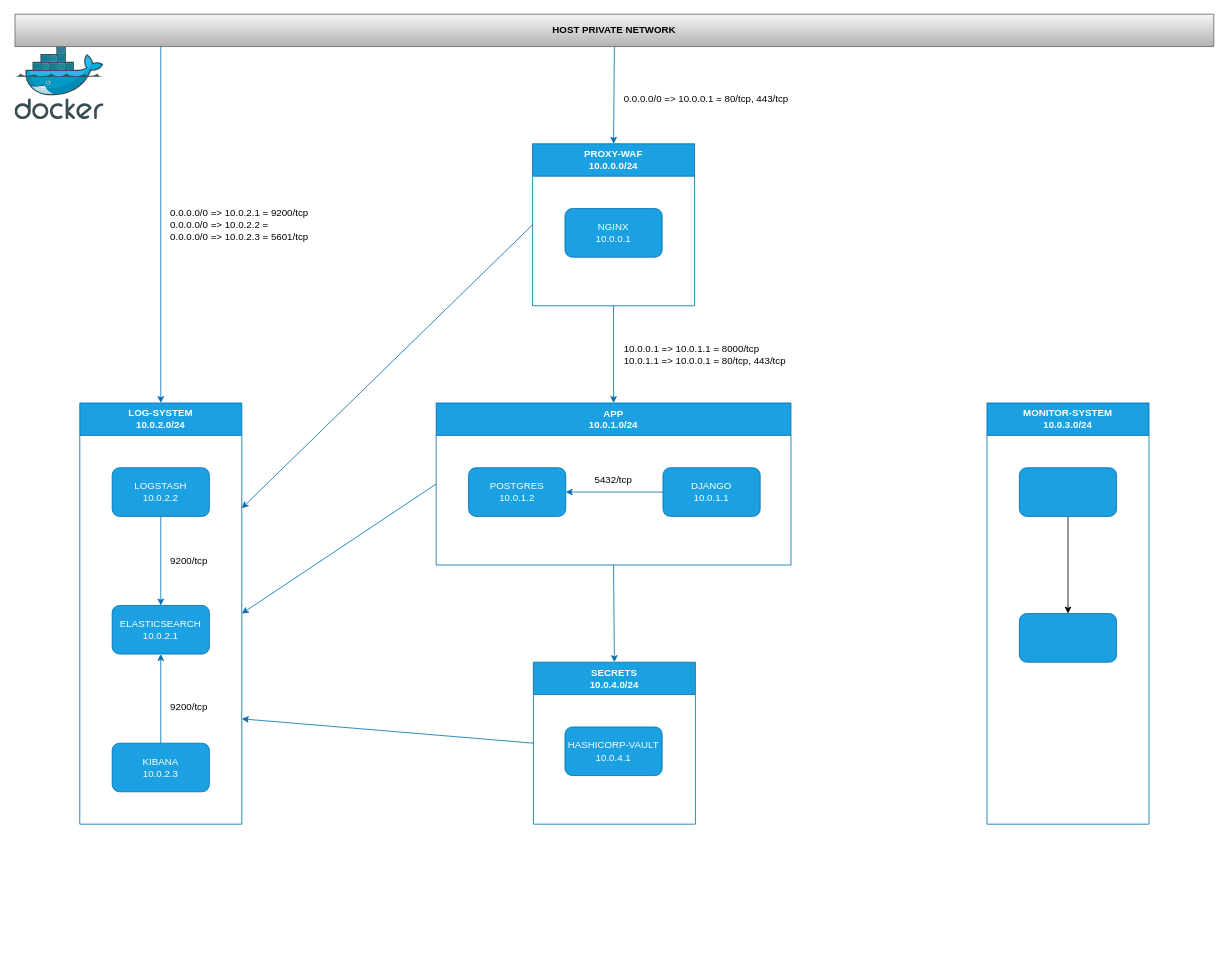
Earlier version of the draw.io diagram _notebook/topology.drawio (GiovanniAfro/ft_Transcendence). Source tidied: cells renumbered, new cells numbered last; positions are measured from the earlier drawing's top-left corner, leaving out a move shared by most shapes. Both pictures are drawn from the tidied source at 81%, with x=0, y=0 at pixel (15, 14).
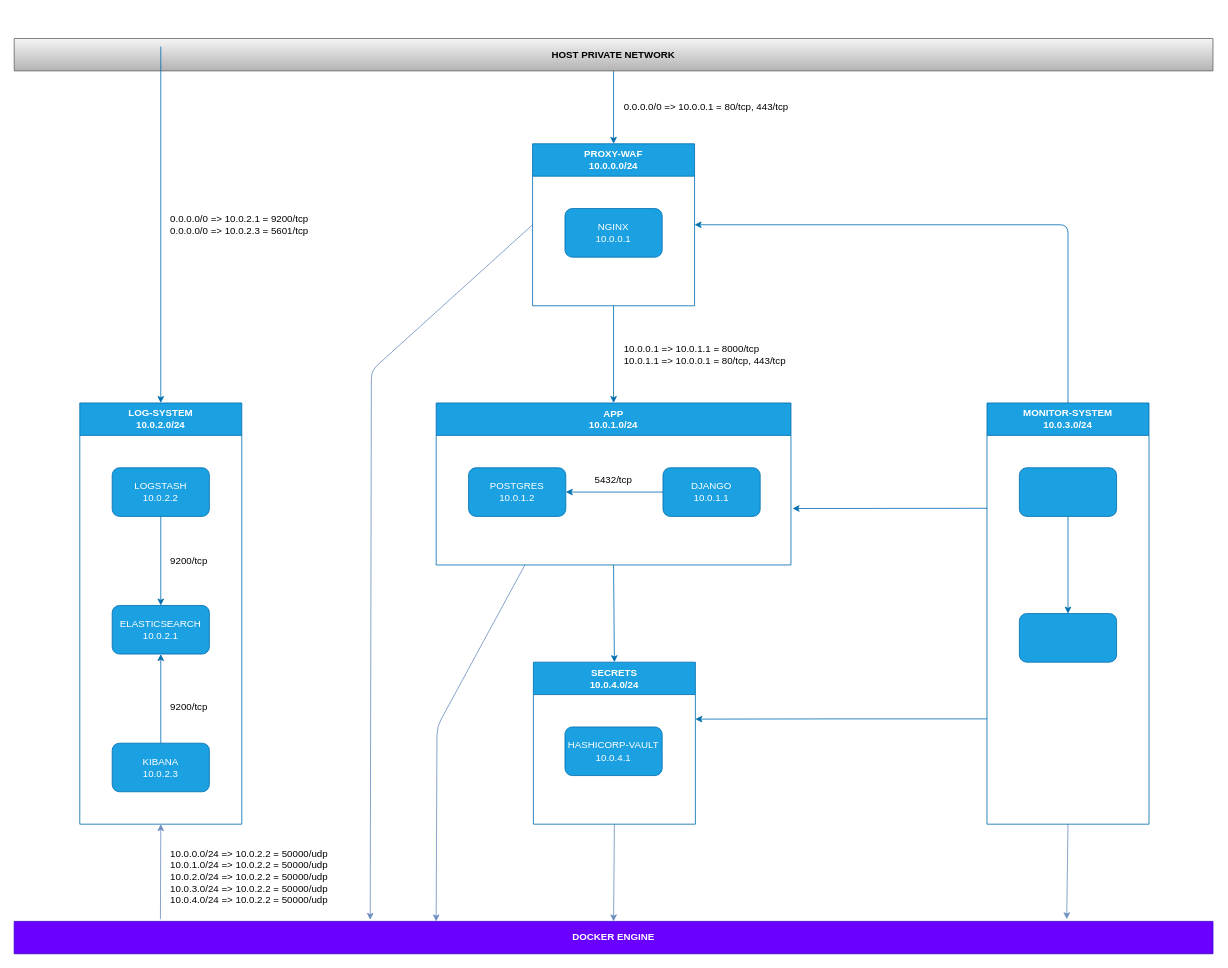
After the change.

The change refers to these unchanged cells:
```xml
<mxCell id="5" value="APP&#10;10.0.1.0/24" style="swimlane;startSize=40;swimlaneFillColor=none;rounded=0;glass=0;shadow=0;swimlaneLine=1;fillColor=#1ba1e2;strokeColor=#006EAF;fontColor=#ffffff;" parent="1" vertex="1">
  <mxGeometry x="520" y="480" width="438" height="200" as="geometry" />
</mxCell>
<mxCell id="13" value="PROXY-WAF&lt;br&gt;10.0.0.0/24" style="swimlane;whiteSpace=wrap;html=1;fillColor=#1ba1e2;strokeColor=#006EAF;fontColor=#ffffff;startSize=40;" parent="1" vertex="1">
  <mxGeometry x="639" y="160" width="200" height="200" as="geometry" />
</mxCell>
<mxCell id="18" value="SECRETS&lt;br&gt;10.0.4.0/24" style="swimlane;whiteSpace=wrap;html=1;startSize=40;fillColor=#1ba1e2;fontColor=#ffffff;strokeColor=#006EAF;" parent="1" vertex="1">
  <mxGeometry x="640" y="800" width="200" height="200" as="geometry" />
</mxCell>
<mxCell id="20" value="MONITOR-SYSTEM&lt;br&gt;10.0.3.0/24" style="swimlane;whiteSpace=wrap;html=1;startSize=40;fillColor=#1ba1e2;fontColor=#ffffff;strokeColor=#006EAF;" parent="1" vertex="1">
  <mxGeometry x="1200" y="480" width="200" height="520" as="geometry" />
</mxCell>
<mxCell id="22" style="rounded=1;whiteSpace=wrap;html=1;fillColor=#1ba1e2;fontColor=#ffffff;strokeColor=#006EAF;" parent="20" vertex="1">
  <mxGeometry x="40" y="80" width="120" height="60" as="geometry" />
</mxCell>
<mxCell id="23" style="rounded=1;whiteSpace=wrap;html=1;fillColor=#1ba1e2;fontColor=#ffffff;strokeColor=#006EAF;" parent="20" vertex="1">
  <mxGeometry x="40" y="260" width="120" height="60" as="geometry" />
</mxCell>
<mxCell id="25" value="LOG-SYSTEM&lt;br&gt;10.0.2.0/24" style="swimlane;whiteSpace=wrap;html=1;startSize=40;fillColor=#1ba1e2;fontColor=#ffffff;strokeColor=#006EAF;" parent="1" vertex="1">
  <mxGeometry x="80" y="480" width="200" height="520" as="geometry" />
</mxCell>
```

The edit, as a diff of the source:
```diff
@@
-    <mxCell id="4" style="edgeStyle=none;html=1;exitX=0;exitY=0.5;exitDx=0;exitDy=0;entryX=1;entryY=0.5;entryDx=0;entryDy=0;fillColor=#1ba1e2;strokeColor=#006EAF;" parent="1" edge="1" source="5" target="25">
-      <mxGeometry relative="1" as="geometry" />
-    </mxCell>
+    <mxCell id="35" style="edgeStyle=none;html=1;exitX=0.25;exitY=1;exitDx=0;exitDy=0;fillColor=#dae8fc;strokeColor=#6c8ebf;entryX=0.352;entryY=0;entryDx=0;entryDy=0;entryPerimeter=0;" parent="1" edge="1" source="5" target="43">
+      <mxGeometry relative="1" as="geometry">
+        <Array as="points">
+          <mxPoint x="521" y="880" />
+        </Array>
+      </mxGeometry>
+    </mxCell>
@@
-    <mxCell id="11" style="sketch=0;html=1;align=center;image;fontSize=12;image=img/lib/mscae/Docker.svg;labelBackgroundColor=#191919;fontColor=#262626;" parent="1" vertex="1">
-      <mxGeometry y="40" width="109.8" height="90" as="geometry" />
-    </mxCell>
-    <mxCell id="12" style="edgeStyle=none;html=1;exitX=0;exitY=0.5;exitDx=0;exitDy=0;entryX=1;entryY=0.25;entryDx=0;entryDy=0;fillColor=#1ba1e2;strokeColor=#006EAF;" parent="1" edge="1" source="13" target="25">
-      <mxGeometry relative="1" as="geometry" />
-    </mxCell>
+    <mxCell id="36" style="edgeStyle=none;html=1;exitX=0;exitY=0.5;exitDx=0;exitDy=0;entryX=0.297;entryY=-0.048;entryDx=0;entryDy=0;fillColor=#dae8fc;strokeColor=#6c8ebf;entryPerimeter=0;" parent="1" edge="1" source="13" target="43">
+      <mxGeometry relative="1" as="geometry">
+        <Array as="points">
+          <mxPoint x="440" y="440" />
+        </Array>
+      </mxGeometry>
+    </mxCell>
@@
     <mxCell id="16" value="HOST PRIVATE NETWORK" style="swimlane;whiteSpace=wrap;html=1;startSize=40;fillColor=#f5f5f5;gradientColor=#b3b3b3;strokeColor=#666666;" parent="1" vertex="1">
-      <mxGeometry width="1480" height="40" as="geometry" />
+      <mxGeometry x="-1" y="30" width="1480" height="40" as="geometry" />
     </mxCell>
-    <mxCell id="17" style="edgeStyle=none;html=1;exitX=0;exitY=0.5;exitDx=0;exitDy=0;entryX=1;entryY=0.75;entryDx=0;entryDy=0;fillColor=#1ba1e2;strokeColor=#006EAF;" parent="1" edge="1" source="18" target="25">
-      <mxGeometry relative="1" as="geometry" />
-    </mxCell>
+    <mxCell id="37" style="edgeStyle=none;html=1;exitX=0.5;exitY=1;exitDx=0;exitDy=0;entryX=0.5;entryY=0;entryDx=0;entryDy=0;fillColor=#dae8fc;strokeColor=#6c8ebf;" parent="1" edge="1" source="18" target="43">
+      <mxGeometry relative="1" as="geometry" />
+    </mxCell>
@@
+    <mxCell id="38" style="edgeStyle=none;html=1;exitX=0.5;exitY=1;exitDx=0;exitDy=0;entryX=0.878;entryY=-0.066;entryDx=0;entryDy=0;entryPerimeter=0;fillColor=#dae8fc;strokeColor=#6c8ebf;" parent="1" edge="1" source="20" target="43">
+      <mxGeometry relative="1" as="geometry" />
+    </mxCell>
+    <mxCell id="39" style="edgeStyle=none;html=1;exitX=0.5;exitY=0;exitDx=0;exitDy=0;entryX=1;entryY=0.5;entryDx=0;entryDy=0;fillColor=#1ba1e2;strokeColor=#006EAF;" parent="1" edge="1" source="20" target="13">
+      <mxGeometry relative="1" as="geometry">
+        <Array as="points">
+          <mxPoint x="1300" y="260" />
+        </Array>
+      </mxGeometry>
+    </mxCell>
+    <mxCell id="40" style="edgeStyle=none;html=1;exitX=0;exitY=0.75;exitDx=0;exitDy=0;fillColor=#1ba1e2;strokeColor=#006EAF;" parent="1" edge="1" source="20">
+      <mxGeometry relative="1" as="geometry">
+        <mxPoint x="840" y="870.3" as="targetPoint" />
+        <Array as="points">
+          <mxPoint x="1020" y="870" />
+        </Array>
+      </mxGeometry>
+    </mxCell>
+    <mxCell id="41" style="edgeStyle=none;html=1;exitX=0;exitY=0.25;exitDx=0;exitDy=0;fillColor=#1ba1e2;strokeColor=#006EAF;" parent="1" edge="1" source="20">
+      <mxGeometry relative="1" as="geometry">
+        <mxPoint x="960" y="610.3" as="targetPoint" />
+      </mxGeometry>
+    </mxCell>
@@
-    <mxCell id="21" style="edgeStyle=none;html=1;" parent="20" edge="1" source="22" target="23">
+    <mxCell id="21" style="edgeStyle=none;html=1;fillColor=#1ba1e2;strokeColor=#006EAF;" parent="20" edge="1" source="22" target="23">
       <mxGeometry relative="1" as="geometry" />
     </mxCell>
@@
-    <mxCell id="33" value="0.0.0.0/0 =&amp;gt; 10.0.2.1 = 9200/tcp&lt;br&gt;0.0.0.0/0 =&amp;gt; 10.0.2.2 =&amp;nbsp;&lt;br&gt;0.0.0.0/0 =&amp;gt; 10.0.2.3 = 5601/tcp" style="text;html=1;align=left;verticalAlign=middle;strokeColor=none;fillColor=none;" parent="1" vertex="1">
-      <mxGeometry x="190" y="230" width="190" height="60" as="geometry" />
+    <mxCell id="33" value="0.0.0.0/0 =&amp;gt; 10.0.2.1 = 9200/tcp&lt;br&gt;0.0.0.0/0 =&amp;gt; 10.0.2.3 = 5601/tcp" style="text;html=1;align=left;verticalAlign=middle;strokeColor=none;fillColor=none;" parent="1" vertex="1">
+      <mxGeometry x="190" y="240" width="190" height="40" as="geometry" />
     </mxCell>
     <mxCell id="34" value="0.0.0.0/0 =&amp;gt; 10.0.0.1 = 80/tcp, 443/tcp" style="text;html=1;align=left;verticalAlign=middle;strokeColor=none;fillColor=none;" parent="1" vertex="1">
-      <mxGeometry x="750" y="90" width="230" height="30" as="geometry" />
+      <mxGeometry x="750" y="100" width="230" height="30" as="geometry" />
     </mxCell>
+    <mxCell id="42" style="edgeStyle=none;html=1;exitX=0.122;exitY=-0.067;exitDx=0;exitDy=0;entryX=0.5;entryY=1;entryDx=0;entryDy=0;exitPerimeter=0;fillColor=#dae8fc;strokeColor=#6c8ebf;" parent="1" edge="1" source="43" target="25">
+      <mxGeometry relative="1" as="geometry" />
+    </mxCell>
+    <mxCell id="43" value="DOCKER ENGINE" style="swimlane;whiteSpace=wrap;html=1;startSize=40;fillColor=#6a00ff;strokeColor=#3700CC;fontColor=#ffffff;" parent="1" vertex="1">
+      <mxGeometry x="-1" y="1120" width="1480" height="40" as="geometry" />
+    </mxCell>
+    <mxCell id="44" value="10.0.0.0/24 =&amp;gt; 10.0.2.2 = 50000/udp&lt;br&gt;10.0.1.0/24 =&amp;gt; 10.0.2.2 = 50000/udp&lt;br&gt;10.0.2.0/24 =&amp;gt; 10.0.2.2 = 50000/udp&lt;br&gt;10.0.3.0/24 =&amp;gt; 10.0.2.2 = 50000/udp&lt;br&gt;10.0.4.0/24 =&amp;gt; 10.0.2.2 = 50000/udp" style="text;html=1;align=left;verticalAlign=middle;strokeColor=none;fillColor=none;" parent="1" vertex="1">
+      <mxGeometry x="190" y="1020" width="220" height="90" as="geometry" />
+    </mxCell>
```
